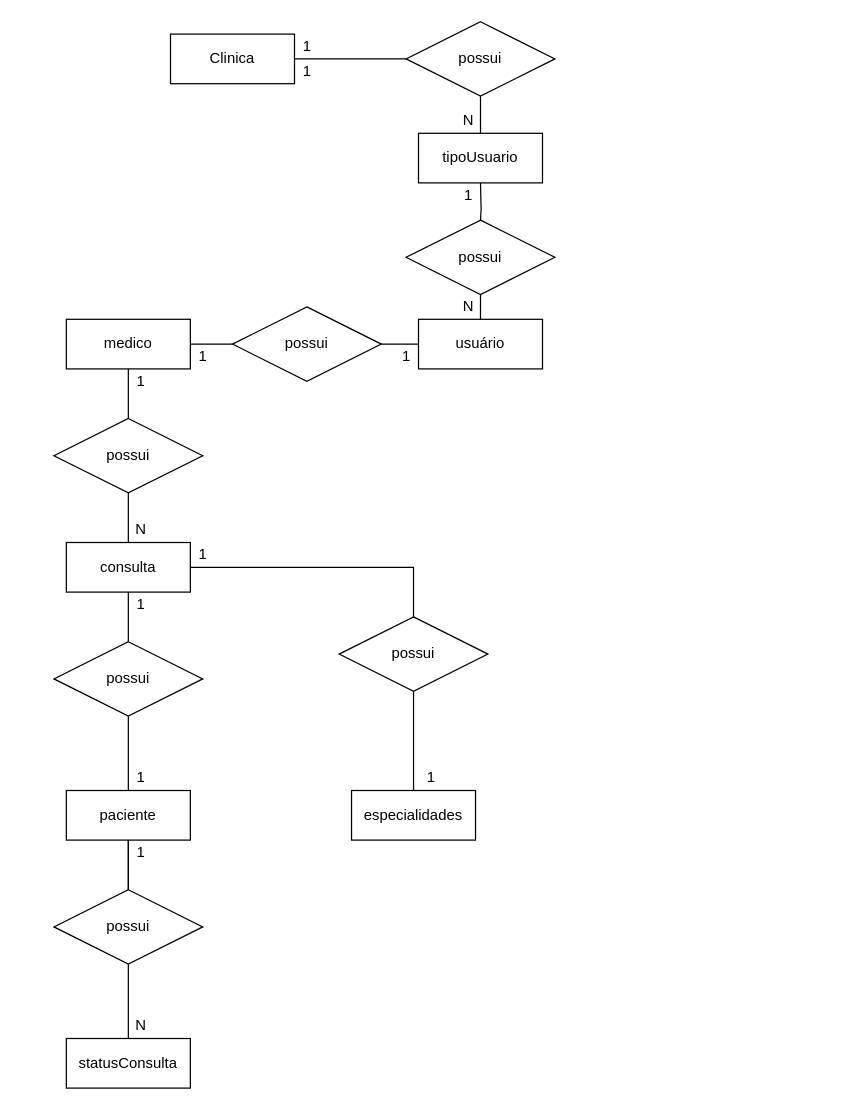
The draw.io diagram page "conceitual" (1 of 2) of banco de dados/modelagem/modelo conceitual/spmedical-group.drawio in luizfelipeveracruz/projeto-SPMedical-group, before the edit. Source tidied: cells renumbered, new cells numbered last; positions are measured from the earlier drawing's top-left corner, leaving out a move shared by most shapes. Both pictures are drawn from the tidied source at 124%, with x=0, y=0 at pixel (53, 21).
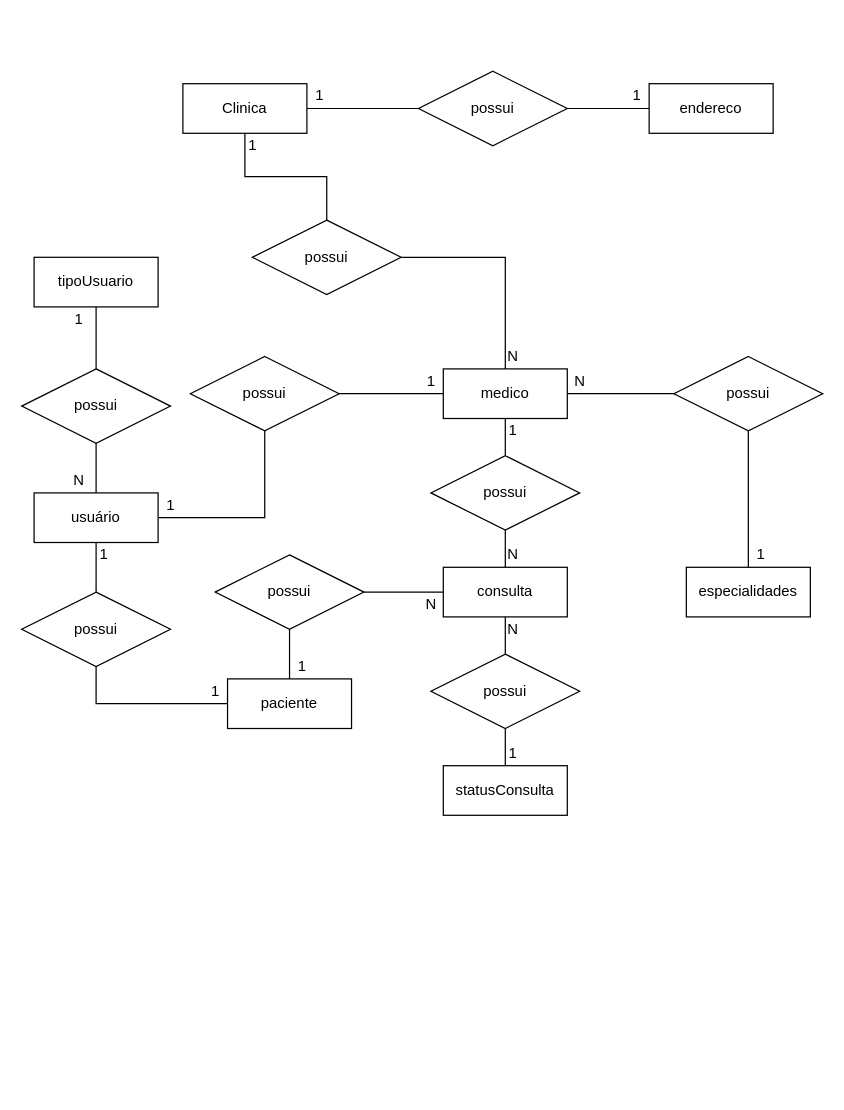
After the change.

What changed in the source:
```diff
@@
     <mxCell id="3" value="Clinica" style="whiteSpace=wrap;html=1;align=center;" parent="1" vertex="1">
-      <mxGeometry x="94" y="10" width="100" height="40" as="geometry" />
+      <mxGeometry x="104" y="50" width="100" height="40" as="geometry" />
     </mxCell>
-    <mxCell id="4" style="edgeStyle=orthogonalEdgeStyle;rounded=0;jettySize=auto;html=1;endArrow=none;endFill=0;" parent="1" edge="1" source="5">
-      <mxGeometry relative="1" as="geometry">
-        <mxPoint x="344" y="90" as="targetPoint" />
-      </mxGeometry>
-    </mxCell>
+    <mxCell id="47" style="edgeStyle=orthogonalEdgeStyle;rounded=0;jettySize=auto;html=1;endArrow=none;endFill=0;" parent="1" edge="1" source="5" target="55">
+      <mxGeometry relative="1" as="geometry" />
+    </mxCell>
     <mxCell id="5" value="possui" style="shape=rhombus;perimeter=rhombusPerimeter;whiteSpace=wrap;html=1;align=center;" parent="1" vertex="1">
-      <mxGeometry x="284" width="120" height="60" as="geometry" />
+      <mxGeometry x="294" y="40" width="120" height="60" as="geometry" />
     </mxCell>
-    <mxCell id="6" style="edgeStyle=orthogonalEdgeStyle;rounded=0;jettySize=auto;html=1;endArrow=none;endFill=0;" parent="1" edge="1" target="8">
-      <mxGeometry relative="1" as="geometry">
-        <mxPoint x="344" y="130" as="sourcePoint" />
-      </mxGeometry>
-    </mxCell>
@@
+    <mxCell id="48" style="edgeStyle=orthogonalEdgeStyle;rounded=0;jettySize=auto;html=1;endArrow=none;endFill=0;" parent="1" edge="1" source="8" target="23">
+      <mxGeometry relative="1" as="geometry" />
+    </mxCell>
     <mxCell id="8" value="possui" style="shape=rhombus;perimeter=rhombusPerimeter;whiteSpace=wrap;html=1;align=center;" parent="1" vertex="1">
-      <mxGeometry x="284" y="160" width="120" height="60" as="geometry" />
+      <mxGeometry x="-26" y="280" width="120" height="60" as="geometry" />
     </mxCell>
+    <mxCell id="49" style="edgeStyle=orthogonalEdgeStyle;rounded=0;jettySize=auto;html=1;endArrow=none;endFill=0;" parent="1" edge="1" source="9" target="29">
+      <mxGeometry relative="1" as="geometry" />
+    </mxCell>
+    <mxCell id="50" style="edgeStyle=orthogonalEdgeStyle;rounded=0;jettySize=auto;html=1;endArrow=none;endFill=0;" parent="1" edge="1" source="9" target="17">
+      <mxGeometry relative="1" as="geometry" />
+    </mxCell>
+    <mxCell id="51" style="edgeStyle=orthogonalEdgeStyle;rounded=0;jettySize=auto;html=1;endArrow=none;endFill=0;" parent="1" edge="1" source="9" target="60">
+      <mxGeometry relative="1" as="geometry" />
+    </mxCell>
     <mxCell id="9" value="consulta" style="whiteSpace=wrap;html=1;align=center;" parent="1" vertex="1">
-      <mxGeometry x="10" y="420" width="100" height="40" as="geometry" />
+      <mxGeometry x="314" y="440" width="100" height="40" as="geometry" />
     </mxCell>
-    <mxCell id="10" style="edgeStyle=orthogonalEdgeStyle;rounded=0;jettySize=auto;html=1;endArrow=none;endFill=0;" parent="1" edge="1" source="11" target="24">
-      <mxGeometry relative="1" as="geometry" />
-    </mxCell>
+    <mxCell id="52" style="edgeStyle=orthogonalEdgeStyle;rounded=0;jettySize=auto;html=1;entryX=0;entryY=0.5;entryDx=0;entryDy=0;endArrow=none;endFill=0;exitX=0.5;exitY=1;exitDx=0;exitDy=0;" parent="1" edge="1" source="11" target="14">
+      <mxGeometry relative="1" as="geometry" />
+    </mxCell>
     <mxCell id="11" value="possui" style="shape=rhombus;perimeter=rhombusPerimeter;whiteSpace=wrap;html=1;align=center;" parent="1" vertex="1">
-      <mxGeometry x="144" y="230" width="120" height="60" as="geometry" />
+      <mxGeometry x="-26" y="460" width="120" height="60" as="geometry" />
     </mxCell>
-    <mxCell id="12" style="edgeStyle=orthogonalEdgeStyle;rounded=0;jettySize=auto;html=1;endArrow=none;endFill=0;" parent="1" edge="1" source="9" target="18">
-      <mxGeometry relative="1" as="geometry" />
-    </mxCell>
-    <mxCell id="13" style="edgeStyle=orthogonalEdgeStyle;rounded=0;jettySize=auto;html=1;endArrow=none;endFill=0;" parent="1" edge="1" source="14" target="44">
-      <mxGeometry relative="1" as="geometry" />
-    </mxCell>
-    <mxCell id="14" value="paciente" style="whiteSpace=wrap;html=1;align=center;" parent="1" vertex="1">
-      <mxGeometry x="10" y="620" width="100" height="40" as="geometry" />
-    </mxCell>
-    <mxCell id="15" style="edgeStyle=orthogonalEdgeStyle;rounded=0;jettySize=auto;html=1;endArrow=none;endFill=0;" parent="1" edge="1" source="17" target="9">
-      <mxGeometry relative="1" as="geometry" />
-    </mxCell>
-    <mxCell id="16" style="edgeStyle=orthogonalEdgeStyle;rounded=0;jettySize=auto;html=1;endArrow=none;endFill=0;" parent="1" edge="1" source="17" target="14">
-      <mxGeometry relative="1" as="geometry" />
-    </mxCell>
     <mxCell id="17" value="possui" style="shape=rhombus;perimeter=rhombusPerimeter;whiteSpace=wrap;html=1;align=center;" parent="1" vertex="1">
-      <mxGeometry y="500" width="120" height="60" as="geometry" />
+      <mxGeometry x="304" y="510" width="120" height="60" as="geometry" />
     </mxCell>
-    <mxCell id="18" value="possui" style="shape=rhombus;perimeter=rhombusPerimeter;whiteSpace=wrap;html=1;align=center;" parent="1" vertex="1">
-      <mxGeometry x="230" y="480" width="120" height="60" as="geometry" />
-    </mxCell>
-    <mxCell id="19" style="edgeStyle=orthogonalEdgeStyle;rounded=0;jettySize=auto;html=1;endArrow=none;endFill=0;" parent="1" edge="1" source="20" target="18">
-      <mxGeometry relative="1" as="geometry" />
-    </mxCell>
     <mxCell id="20" value="especialidades" style="whiteSpace=wrap;html=1;align=center;" parent="1" vertex="1">
-      <mxGeometry x="240" y="620" width="100" height="40" as="geometry" />
+      <mxGeometry x="510" y="440" width="100" height="40" as="geometry" />
     </mxCell>
     <mxCell id="21" value="1" style="text;html=1;align=center;verticalAlign=middle;strokeColor=none;" parent="1" vertex="1">
-      <mxGeometry x="194" y="10" width="20" height="20" as="geometry" />
+      <mxGeometry x="204" y="50" width="20" height="20" as="geometry" />
     </mxCell>
-    <mxCell id="22" value="1" style="text;html=1;align=center;verticalAlign=middle;strokeColor=none;" parent="1" vertex="1">
-      <mxGeometry x="194" y="30" width="20" height="20" as="geometry" />
-    </mxCell>
     <mxCell id="23" value="tipoUsuario" style="whiteSpace=wrap;html=1;align=center;" parent="1" vertex="1">
-      <mxGeometry x="294" y="90" width="100" height="40" as="geometry" />
+      <mxGeometry x="-16" y="190" width="100" height="40" as="geometry" />
     </mxCell>
+    <mxCell id="26" style="edgeStyle=orthogonalEdgeStyle;rounded=0;jettySize=auto;html=1;endArrow=none;endFill=0;" parent="1" edge="1" source="27" target="29">
+      <mxGeometry relative="1" as="geometry" />
+    </mxCell>
+    <mxCell id="53" style="edgeStyle=orthogonalEdgeStyle;rounded=0;jettySize=auto;html=1;endArrow=none;endFill=0;" parent="1" edge="1" source="27" target="62">
+      <mxGeometry relative="1" as="geometry" />
+    </mxCell>
+    <mxCell id="27" value="medico" style="whiteSpace=wrap;html=1;align=center;" parent="1" vertex="1">
+      <mxGeometry x="314" y="280" width="100" height="40" as="geometry" />
+    </mxCell>
+    <mxCell id="29" value="possui" style="shape=rhombus;perimeter=rhombusPerimeter;whiteSpace=wrap;html=1;align=center;" parent="1" vertex="1">
+      <mxGeometry x="304" y="350" width="120" height="60" as="geometry" />
+    </mxCell>
+    <mxCell id="54" style="edgeStyle=orthogonalEdgeStyle;rounded=0;jettySize=auto;html=1;endArrow=none;endFill=0;" parent="1" edge="1" source="42" target="17">
+      <mxGeometry relative="1" as="geometry" />
+    </mxCell>
+    <mxCell id="42" value="statusConsulta" style="whiteSpace=wrap;html=1;align=center;" parent="1" vertex="1">
+      <mxGeometry x="314" y="600" width="100" height="40" as="geometry" />
+    </mxCell>
+    <mxCell id="55" value="endereco" style="whiteSpace=wrap;html=1;align=center;" parent="1" vertex="1">
+      <mxGeometry x="480" y="50" width="100" height="40" as="geometry" />
+    </mxCell>
+    <mxCell id="56" value="1" style="text;html=1;align=center;verticalAlign=middle;strokeColor=none;" parent="1" vertex="1">
+      <mxGeometry x="460" y="50" width="20" height="20" as="geometry" />
+    </mxCell>
+    <mxCell id="14" value="paciente" style="whiteSpace=wrap;html=1;align=center;" parent="1" vertex="1">
+      <mxGeometry x="140" y="530" width="100" height="40" as="geometry" />
+    </mxCell>
+    <mxCell id="57" style="edgeStyle=orthogonalEdgeStyle;rounded=0;jettySize=auto;html=1;endArrow=none;endFill=0;" parent="1" edge="1" source="24" target="11">
+      <mxGeometry relative="1" as="geometry" />
+    </mxCell>
+    <mxCell id="58" style="edgeStyle=orthogonalEdgeStyle;rounded=0;jettySize=auto;html=1;endArrow=none;endFill=0;" parent="1" edge="1" source="24" target="69">
+      <mxGeometry relative="1" as="geometry" />
+    </mxCell>
     <mxCell id="24" value="usuário" style="whiteSpace=wrap;html=1;align=center;" parent="1" vertex="1">
-      <mxGeometry x="294" y="240" width="100" height="40" as="geometry" />
+      <mxGeometry x="-16" y="380" width="100" height="40" as="geometry" />
     </mxCell>
-    <mxCell id="25" style="edgeStyle=orthogonalEdgeStyle;rounded=0;jettySize=auto;html=1;exitX=1;exitY=0.5;exitDx=0;exitDy=0;endArrow=none;endFill=0;" parent="1" edge="1" source="27" target="11">
-      <mxGeometry relative="1" as="geometry" />
-    </mxCell>
-    <mxCell id="26" style="edgeStyle=orthogonalEdgeStyle;rounded=0;jettySize=auto;html=1;endArrow=none;endFill=0;" parent="1" edge="1" source="27" target="29">
-      <mxGeometry relative="1" as="geometry" />
-    </mxCell>
-    <mxCell id="27" value="medico" style="whiteSpace=wrap;html=1;align=center;" parent="1" vertex="1">
-      <mxGeometry x="10" y="240" width="100" height="40" as="geometry" />
-    </mxCell>
-    <mxCell id="28" style="edgeStyle=orthogonalEdgeStyle;rounded=0;jettySize=auto;html=1;endArrow=none;endFill=0;" parent="1" edge="1" source="29" target="9">
-      <mxGeometry relative="1" as="geometry" />
-    </mxCell>
-    <mxCell id="29" value="possui" style="shape=rhombus;perimeter=rhombusPerimeter;whiteSpace=wrap;html=1;align=center;" parent="1" vertex="1">
-      <mxGeometry y="320" width="120" height="60" as="geometry" />
-    </mxCell>
-    <mxCell id="30" value="N" style="text;html=1;align=center;verticalAlign=middle;strokeColor=none;" parent="1" vertex="1">
-      <mxGeometry x="324" y="70" width="20" height="20" as="geometry" />
-    </mxCell>
-    <mxCell id="31" value="1" style="text;html=1;align=center;verticalAlign=middle;strokeColor=none;" parent="1" vertex="1">
-      <mxGeometry x="324" y="130" width="20" height="20" as="geometry" />
-    </mxCell>
-    <mxCell id="32" value="N" style="text;html=1;align=center;verticalAlign=middle;strokeColor=none;" parent="1" vertex="1">
-      <mxGeometry x="323.5" y="220" width="20" height="20" as="geometry" />
-    </mxCell>
-    <mxCell id="33" value="1" style="text;html=1;align=center;verticalAlign=middle;strokeColor=none;" parent="1" vertex="1">
-      <mxGeometry x="274" y="260" width="20" height="20" as="geometry" />
-    </mxCell>
-    <mxCell id="34" value="1" style="text;html=1;align=center;verticalAlign=middle;strokeColor=none;" parent="1" vertex="1">
-      <mxGeometry x="110" y="260" width="20" height="20" as="geometry" />
-    </mxCell>
-    <mxCell id="35" value="1" style="text;html=1;align=center;verticalAlign=middle;strokeColor=none;" parent="1" vertex="1">
-      <mxGeometry x="60" y="280" width="20" height="20" as="geometry" />
-    </mxCell>
-    <mxCell id="36" value="N" style="text;html=1;align=center;verticalAlign=middle;strokeColor=none;" parent="1" vertex="1">
-      <mxGeometry x="60" y="400" width="20" height="20" as="geometry" />
-    </mxCell>
-    <mxCell id="37" value="1" style="text;html=1;align=center;verticalAlign=middle;strokeColor=none;" parent="1" vertex="1">
-      <mxGeometry x="60" y="460" width="20" height="20" as="geometry" />
-    </mxCell>
-    <mxCell id="38" value="1" style="text;html=1;align=center;verticalAlign=middle;strokeColor=none;" parent="1" vertex="1">
-      <mxGeometry x="60" y="600" width="20" height="20" as="geometry" />
-    </mxCell>
-    <mxCell id="39" value="1" style="text;html=1;align=center;verticalAlign=middle;strokeColor=none;" parent="1" vertex="1">
-      <mxGeometry x="110" y="420" width="20" height="20" as="geometry" />
-    </mxCell>
-    <mxCell id="40" value="1" style="text;html=1;align=center;verticalAlign=middle;strokeColor=none;" parent="1" vertex="1">
-      <mxGeometry x="294" y="600" width="20" height="20" as="geometry" />
-    </mxCell>
-    <mxCell id="41" style="edgeStyle=orthogonalEdgeStyle;rounded=0;jettySize=auto;html=1;endArrow=none;endFill=0;" parent="1" edge="1" source="42" target="44">
-      <mxGeometry relative="1" as="geometry" />
-    </mxCell>
-    <mxCell id="42" value="statusConsulta" style="whiteSpace=wrap;html=1;align=center;" parent="1" vertex="1">
-      <mxGeometry x="10" y="820" width="100" height="40" as="geometry" />
-    </mxCell>
-    <mxCell id="43" style="edgeStyle=orthogonalEdgeStyle;rounded=0;jettySize=auto;html=1;endArrow=none;endFill=0;" parent="1" edge="1" source="44" target="14">
-      <mxGeometry relative="1" as="geometry" />
-    </mxCell>
-    <mxCell id="44" value="possui" style="shape=rhombus;perimeter=rhombusPerimeter;whiteSpace=wrap;html=1;align=center;" parent="1" vertex="1">
-      <mxGeometry y="700" width="120" height="60" as="geometry" />
-    </mxCell>
-    <mxCell id="45" value="1" style="text;html=1;align=center;verticalAlign=middle;strokeColor=none;" parent="1" vertex="1">
-      <mxGeometry x="60" y="660" width="20" height="20" as="geometry" />
-    </mxCell>
-    <mxCell id="46" value="N" style="text;html=1;align=center;verticalAlign=middle;strokeColor=none;" parent="1" vertex="1">
-      <mxGeometry x="60" y="800" width="20" height="20" as="geometry" />
-    </mxCell>
+    <mxCell id="59" style="edgeStyle=orthogonalEdgeStyle;rounded=0;jettySize=auto;html=1;endArrow=none;endFill=0;" parent="1" edge="1" source="60" target="14">
+      <mxGeometry relative="1" as="geometry" />
+    </mxCell>
+    <mxCell id="60" value="possui" style="shape=rhombus;perimeter=rhombusPerimeter;whiteSpace=wrap;html=1;align=center;" parent="1" vertex="1">
+      <mxGeometry x="130" y="430" width="120" height="60" as="geometry" />
+    </mxCell>
+    <mxCell id="61" style="edgeStyle=orthogonalEdgeStyle;rounded=0;jettySize=auto;html=1;endArrow=none;endFill=0;" parent="1" edge="1" source="62" target="20">
+      <mxGeometry relative="1" as="geometry" />
+    </mxCell>
+    <mxCell id="62" value="possui" style="shape=rhombus;perimeter=rhombusPerimeter;whiteSpace=wrap;html=1;align=center;" parent="1" vertex="1">
+      <mxGeometry x="500" y="270" width="120" height="60" as="geometry" />
+    </mxCell>
+    <mxCell id="63" value="N" style="text;html=1;align=center;verticalAlign=middle;strokeColor=none;" parent="1" vertex="1">
+      <mxGeometry x="414" y="280" width="20" height="20" as="geometry" />
+    </mxCell>
+    <mxCell id="64" value="1" style="text;html=1;align=center;verticalAlign=middle;strokeColor=none;" parent="1" vertex="1">
+      <mxGeometry x="560" y="420" width="20" height="20" as="geometry" />
+    </mxCell>
+    <mxCell id="65" style="edgeStyle=orthogonalEdgeStyle;rounded=0;jettySize=auto;html=1;endArrow=none;endFill=0;" parent="1" edge="1" source="67" target="27">
+      <mxGeometry relative="1" as="geometry" />
+    </mxCell>
+    <mxCell id="66" style="edgeStyle=orthogonalEdgeStyle;rounded=0;jettySize=auto;html=1;entryX=0.5;entryY=1;entryDx=0;entryDy=0;endArrow=none;endFill=0;" parent="1" edge="1" source="67" target="3">
+      <mxGeometry relative="1" as="geometry" />
+    </mxCell>
+    <mxCell id="67" value="possui" style="shape=rhombus;perimeter=rhombusPerimeter;whiteSpace=wrap;html=1;align=center;" parent="1" vertex="1">
+      <mxGeometry x="160" y="160" width="120" height="60" as="geometry" />
+    </mxCell>
+    <mxCell id="68" style="edgeStyle=orthogonalEdgeStyle;rounded=0;jettySize=auto;html=1;entryX=0;entryY=0.5;entryDx=0;entryDy=0;endArrow=none;endFill=0;" parent="1" edge="1" source="69" target="27">
+      <mxGeometry relative="1" as="geometry" />
+    </mxCell>
+    <mxCell id="69" value="possui" style="shape=rhombus;perimeter=rhombusPerimeter;whiteSpace=wrap;html=1;align=center;" parent="1" vertex="1">
+      <mxGeometry x="110" y="270" width="120" height="60" as="geometry" />
+    </mxCell>
+    <mxCell id="70" value="1" style="text;html=1;align=center;verticalAlign=middle;strokeColor=none;" parent="1" vertex="1">
+      <mxGeometry x="360" y="580" width="20" height="20" as="geometry" />
+    </mxCell>
+    <mxCell id="71" value="N" style="text;html=1;align=center;verticalAlign=middle;strokeColor=none;" parent="1" vertex="1">
+      <mxGeometry x="360" y="480" width="20" height="20" as="geometry" />
+    </mxCell>
+    <mxCell id="72" value="1" style="text;html=1;align=center;verticalAlign=middle;strokeColor=none;" parent="1" vertex="1">
+      <mxGeometry x="360" y="320" width="20" height="20" as="geometry" />
+    </mxCell>
+    <mxCell id="73" value="N" style="text;html=1;align=center;verticalAlign=middle;strokeColor=none;" parent="1" vertex="1">
+      <mxGeometry x="360" y="420" width="20" height="20" as="geometry" />
+    </mxCell>
+    <mxCell id="74" value="1" style="text;html=1;align=center;verticalAlign=middle;strokeColor=none;" parent="1" vertex="1">
+      <mxGeometry x="190" y="510" width="20" height="20" as="geometry" />
+    </mxCell>
+    <mxCell id="75" value="N" style="text;html=1;align=center;verticalAlign=middle;strokeColor=none;" parent="1" vertex="1">
+      <mxGeometry x="294" y="460" width="20" height="20" as="geometry" />
+    </mxCell>
+    <mxCell id="76" value="1" style="text;html=1;align=center;verticalAlign=middle;strokeColor=none;" parent="1" vertex="1">
+      <mxGeometry x="30" y="420" width="20" height="20" as="geometry" />
+    </mxCell>
+    <mxCell id="77" value="1" style="text;html=1;align=center;verticalAlign=middle;strokeColor=none;" parent="1" vertex="1">
+      <mxGeometry x="120" y="530" width="20" height="20" as="geometry" />
+    </mxCell>
+    <mxCell id="78" value="1" style="text;html=1;align=center;verticalAlign=middle;strokeColor=none;" parent="1" vertex="1">
+      <mxGeometry x="294" y="280" width="20" height="20" as="geometry" />
+    </mxCell>
+    <mxCell id="79" value="1" style="text;html=1;align=center;verticalAlign=middle;strokeColor=none;" parent="1" vertex="1">
+      <mxGeometry x="84" y="380" width="20" height="20" as="geometry" />
+    </mxCell>
+    <mxCell id="80" value="1" style="text;html=1;align=center;verticalAlign=middle;strokeColor=none;" parent="1" vertex="1">
+      <mxGeometry x="10" y="230" width="20" height="20" as="geometry" />
+    </mxCell>
+    <mxCell id="81" value="N" style="text;html=1;align=center;verticalAlign=middle;strokeColor=none;" parent="1" vertex="1">
+      <mxGeometry x="10" y="360" width="20" height="20" as="geometry" />
+    </mxCell>
+    <mxCell id="82" value="1" style="text;html=1;align=center;verticalAlign=middle;strokeColor=none;" parent="1" vertex="1">
+      <mxGeometry x="150" y="90" width="20" height="20" as="geometry" />
+    </mxCell>
+    <mxCell id="83" value="N" style="text;html=1;align=center;verticalAlign=middle;strokeColor=none;" parent="1" vertex="1">
+      <mxGeometry x="360" y="260" width="20" height="20" as="geometry" />
+    </mxCell>
```
